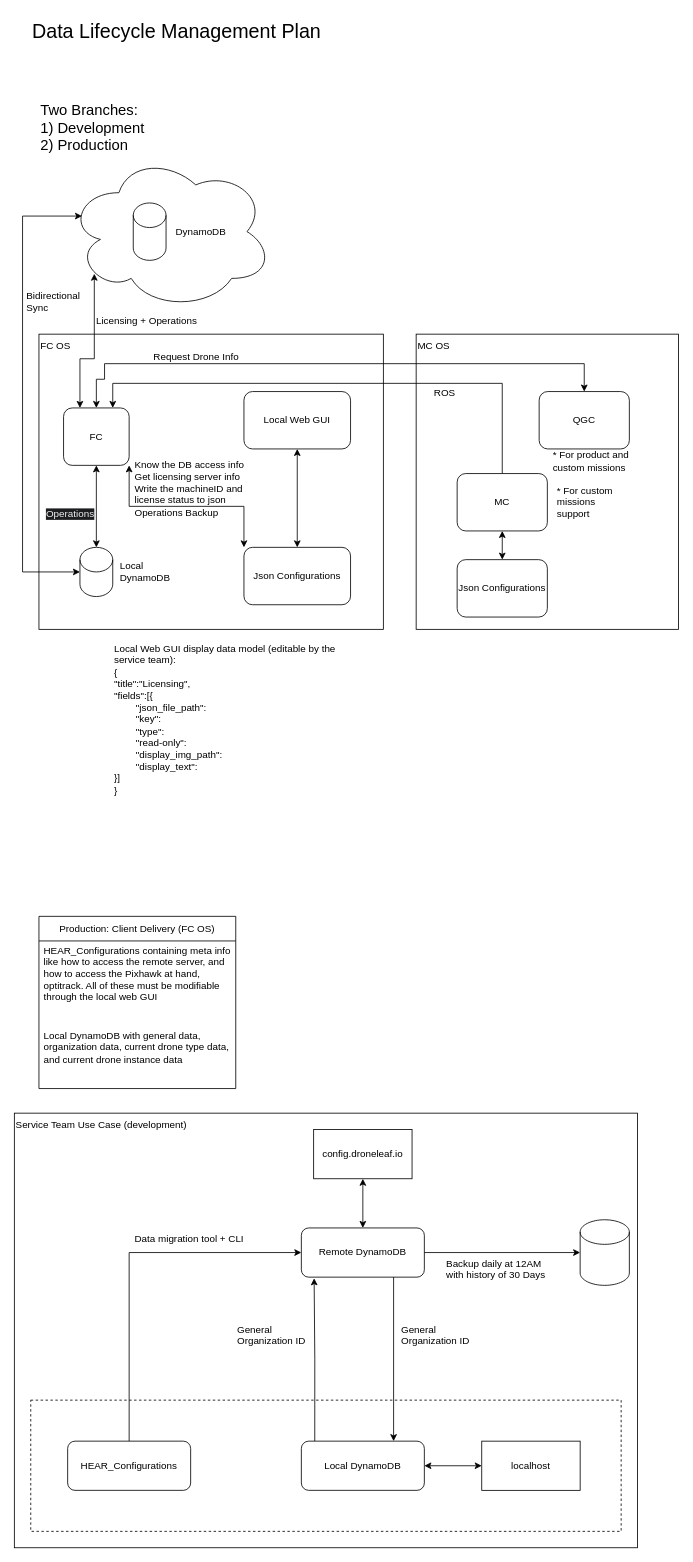
DroneLeaf/HEAR_wiki keeps this draw.io diagram as Product/Data_lifecycle_management.drawio. Above is the earlier version. Source tidied: cells renumbered, new cells numbered last; positions are measured from the earlier drawing's top-left corner, leaving out a move shared by most shapes. Both pictures are drawn from the tidied source at 82%, with x=0, y=0 at pixel (14, 14).
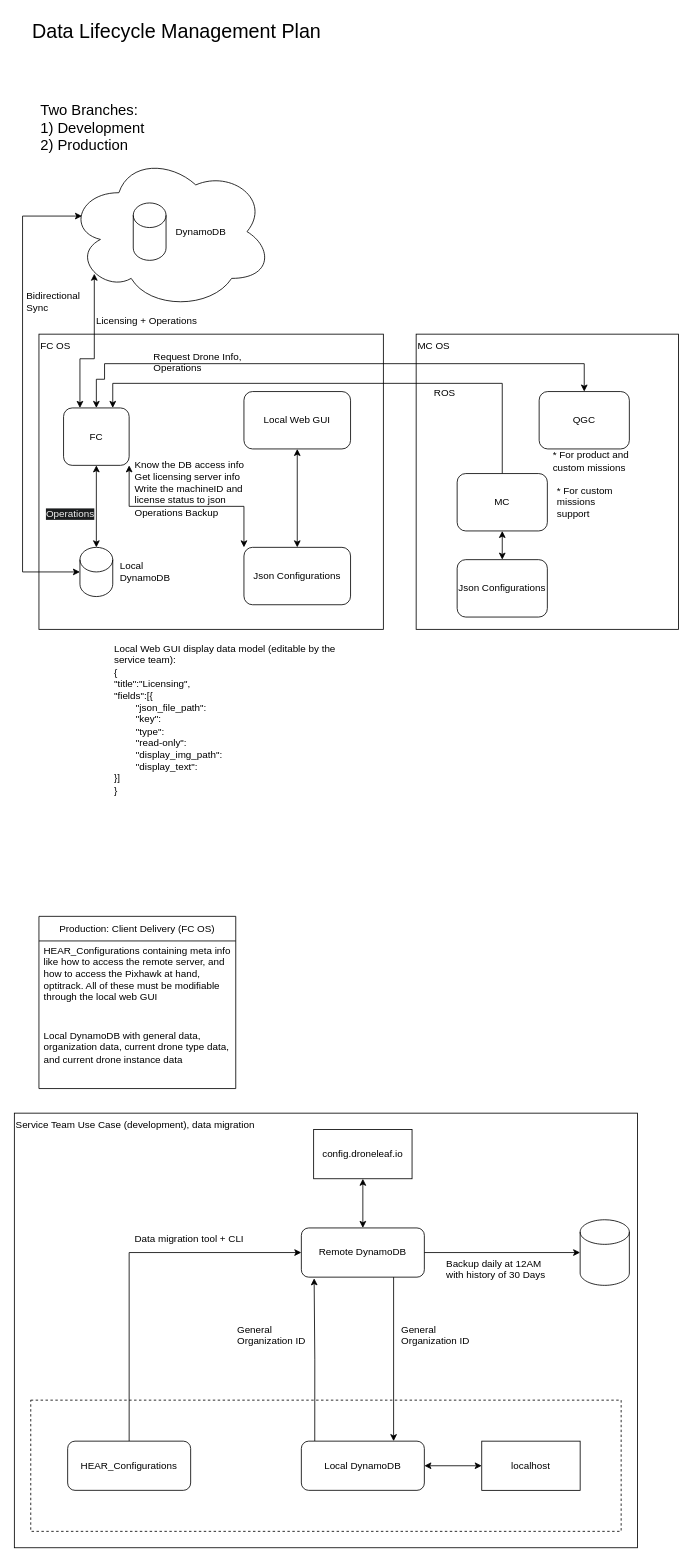
The same page after the edit.

Diff of the diagram source:
```diff
@@
-    <mxCell id="2" value="Service Team Use Case (development)" style="rounded=0;whiteSpace=wrap;html=1;verticalAlign=top;align=left;" parent="1" vertex="1">
+    <mxCell id="2" value="Service Team Use Case (development), data migration" style="rounded=0;whiteSpace=wrap;html=1;verticalAlign=top;align=left;" parent="1" vertex="1">
       <mxGeometry y="1340" width="760" height="530" as="geometry" />
     </mxCell>
@@
-    <mxCell id="43" value="Request Drone Info" style="text;html=1;align=left;verticalAlign=top;whiteSpace=wrap;rounded=0;" parent="1" vertex="1">
+    <mxCell id="43" value="Request Drone Info, Operations" style="text;html=1;align=left;verticalAlign=top;whiteSpace=wrap;rounded=0;" parent="1" vertex="1">
       <mxGeometry x="167.5" y="404" width="112.5" height="30" as="geometry" />
     </mxCell>
```
